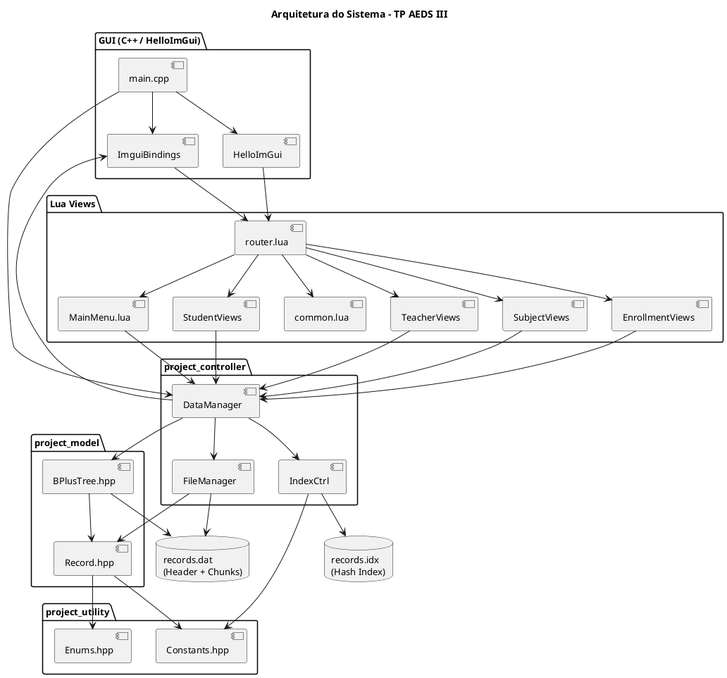
The PlantUML diagram docs/UML Diagrams/arquitetura_sistema.png in tuliofh01/TP-AEDSIII, before a commit.
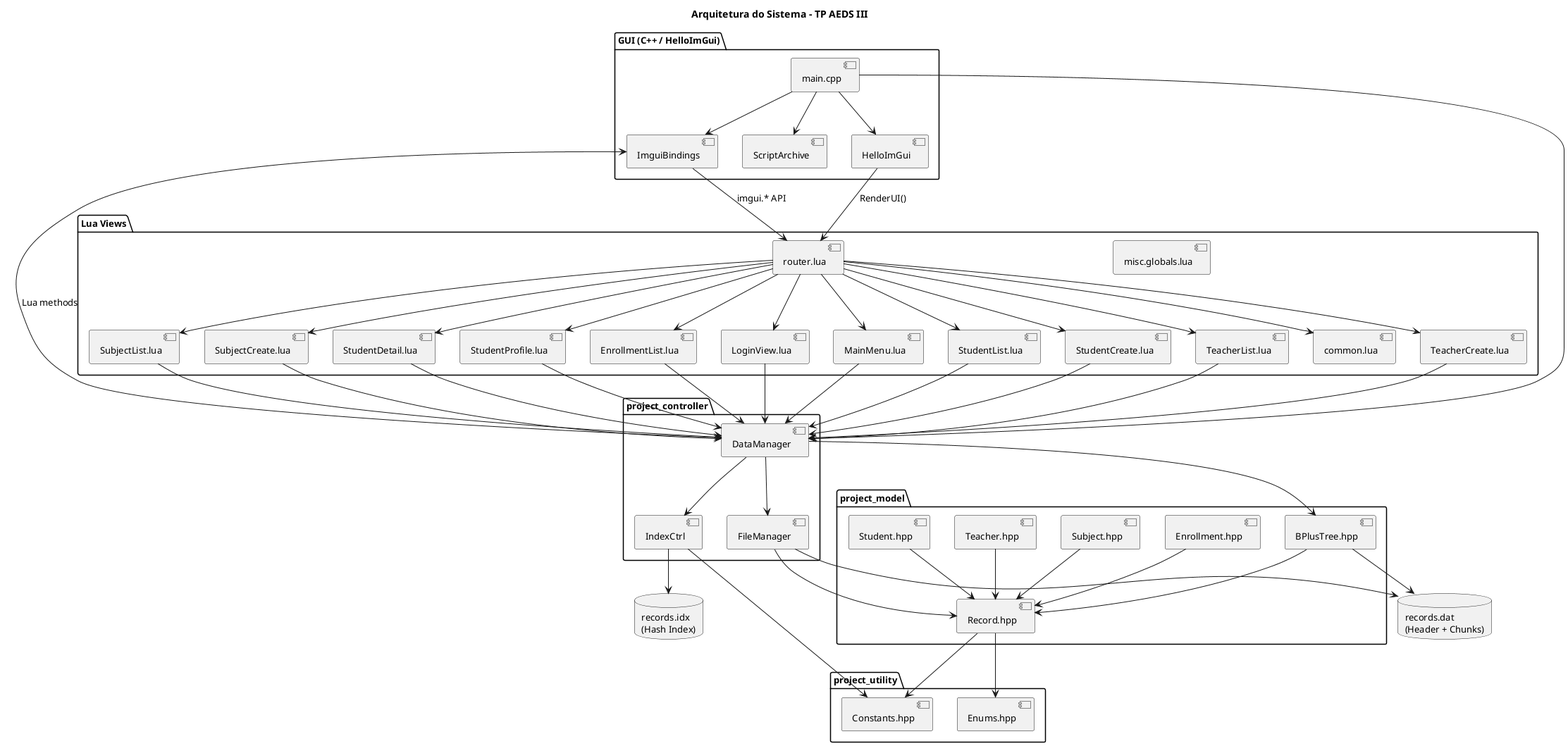
After the commit.

What changed in the source:
```diff
@@ -8,16 +8,24 @@
     [main.cpp] as main
     [HelloImGui] as hello
     [ImguiBindings] as bindings
+    [ScriptArchive] as arch
 }
 
 package "Lua Views" {
     [router.lua] as router
     [common.lua] as common
+    [LoginView.lua] as login
     [MainMenu.lua] as menu
-    [StudentViews] as stu
-    [TeacherViews] as tch
-    [SubjectViews] as sub
-    [EnrollmentViews] as enr
+    [StudentList.lua] as stu_list
+    [StudentCreate.lua] as stu_create
+    [TeacherList.lua] as tch_list
+    [TeacherCreate.lua] as tch_create
+    [SubjectList.lua] as sub_list
+    [SubjectCreate.lua] as sub_create
+    [StudentDetail.lua] as stu_detail
+    [StudentProfile.lua] as stu_profile
+    [EnrollmentList.lua] as enr_list
+    [misc.globals.lua] as globals
 }
 
 package "project_utility" {
@@ -28,6 +36,10 @@
 package "project_model" {
     [Record.hpp] as model
     [BPlusTree.hpp] as btree
+    [Student.hpp] as stu_m
+    [Teacher.hpp] as tch_m
+    [Subject.hpp] as sub_m
+    [Enrollment.hpp] as enr_m
 }
 
 package "project_controller" {
@@ -41,23 +53,36 @@
 
 main --> hello
 main --> bindings
+main --> arch
 main --> dm
-hello --> router
-bindings --> router
-dm --> bindings
+hello --> router : RenderUI()
+bindings --> router : imgui.* API
+dm --> bindings : Lua methods
 
+router --> login
 router --> menu
-router --> stu
-router --> tch
-router --> sub
-router --> enr
+router --> stu_list
+router --> stu_create
+router --> tch_list
+router --> tch_create
+router --> sub_list
+router --> sub_create
+router --> stu_detail
+router --> stu_profile
+router --> enr_list
 router --> common
 
+stu_list --> dm
+stu_create --> dm
+tch_list --> dm
+tch_create --> dm
+sub_list --> dm
+sub_create --> dm
+stu_detail --> dm
+stu_profile --> dm
+enr_list --> dm
 menu --> dm
-stu --> dm
-tch --> dm
-sub --> dm
-enr --> dm
+login --> dm
 
 dm --> fm
 dm --> idx
@@ -66,6 +91,10 @@
 fm --> model
 model --> const
 model --> enums
+stu_m --> model
+tch_m --> model
+sub_m --> model
+enr_m --> model
 idx --> const
 btree --> model
 
```
